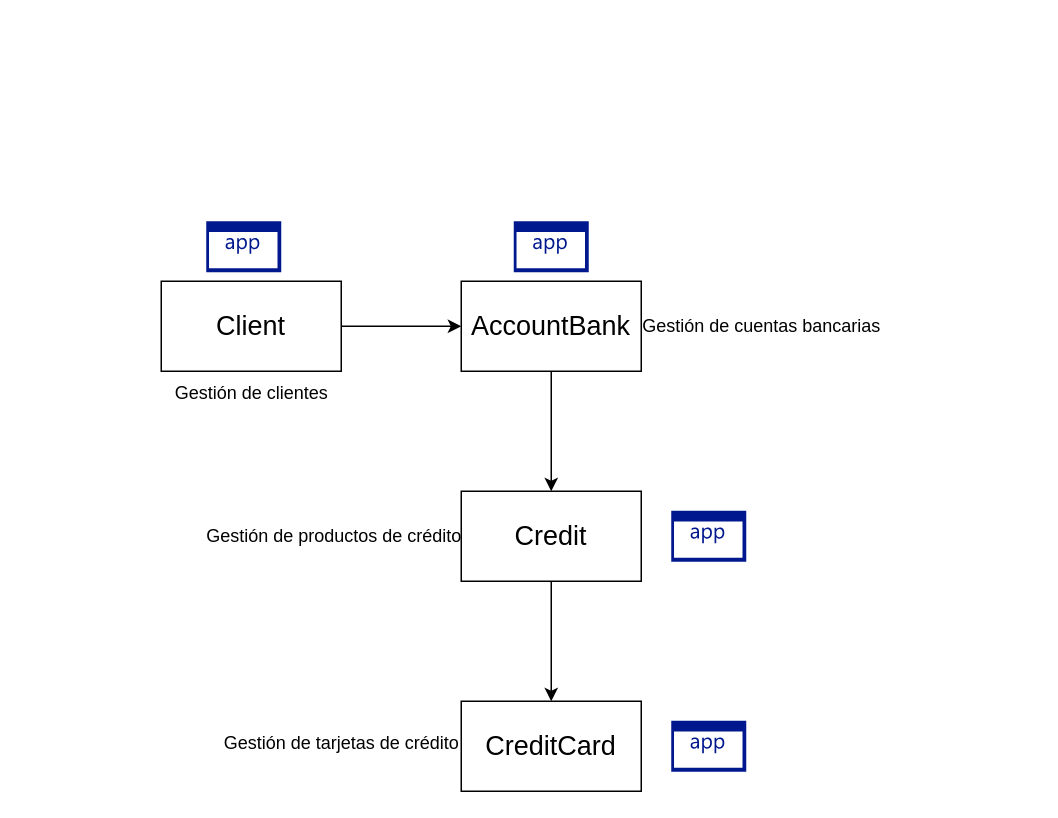
This is DiagramaDelDiseñoDeLaSolucion.drawio from WilliamMartinBV94/PROYECTO_SEMANA_2_BC43, a draw.io file, before an edit. Source tidied: cells renumbered, new cells numbered last; positions are measured from the earlier drawing's top-left corner, leaving out a move shared by most shapes. Both pictures are drawn from the tidied source at 150%, with x=0, y=0 at pixel (160, 220).
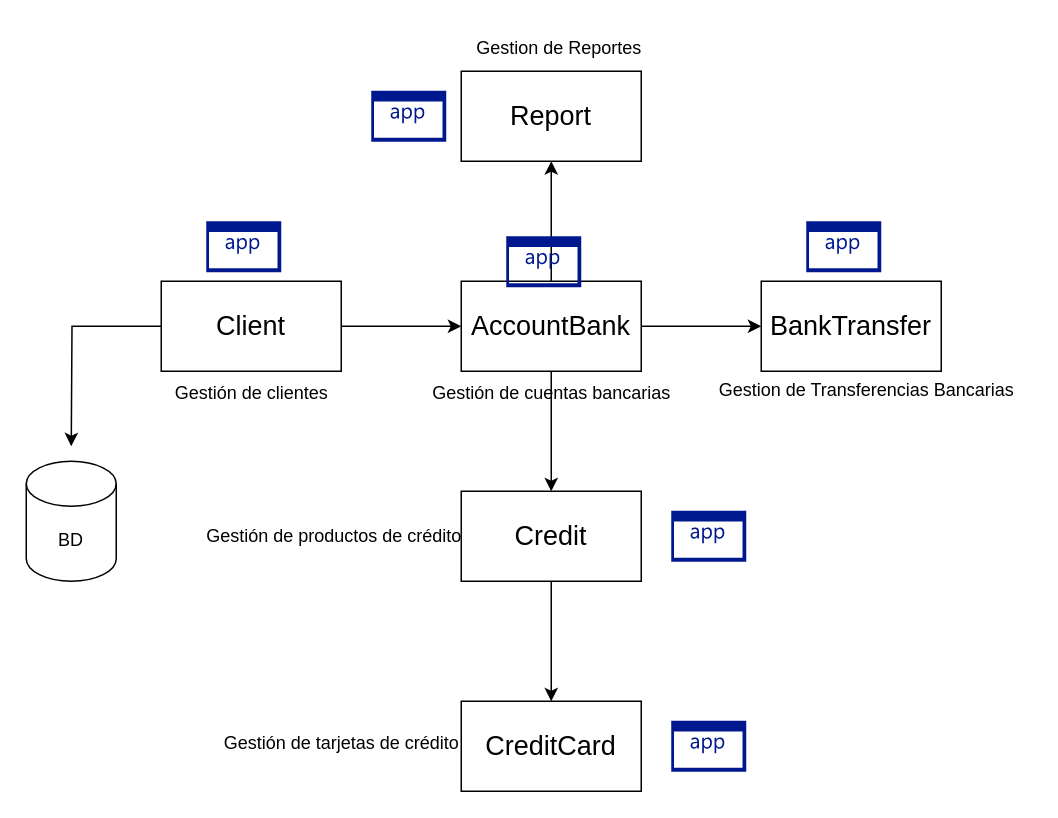
The same page after the edit.

The change refers to these unchanged cells:
```xml
<mxCell id="3" value="&lt;font style=&quot;font-size: 18px;&quot;&gt;Client&lt;/font&gt;" style="rounded=0;whiteSpace=wrap;html=1;" parent="1" vertex="1">
  <mxGeometry y="40" width="120" height="60" as="geometry" />
</mxCell>
<mxCell id="5" value="&lt;font style=&quot;font-size: 18px;&quot;&gt;AccountBank&lt;/font&gt;" style="whiteSpace=wrap;html=1;rounded=0;" parent="1" vertex="1">
  <mxGeometry x="200" y="40" width="120" height="60" as="geometry" />
</mxCell>
```

Change to the diagram source:
```diff
@@
+    <mxCell id="17" style="edgeStyle=orthogonalEdgeStyle;rounded=0;jettySize=auto;html=1;" parent="1" edge="1" source="3">
+      <mxGeometry relative="1" as="geometry">
+        <mxPoint x="-60" y="150" as="targetPoint" />
+      </mxGeometry>
+    </mxCell>
@@
+    <mxCell id="18" style="edgeStyle=orthogonalEdgeStyle;rounded=0;jettySize=auto;html=1;" parent="1" edge="1" source="5" target="20">
+      <mxGeometry relative="1" as="geometry" />
+    </mxCell>
@@
+    <mxCell id="19" style="edgeStyle=orthogonalEdgeStyle;rounded=0;jettySize=auto;html=1;" parent="1" edge="1" source="5" target="23">
+      <mxGeometry relative="1" as="geometry" />
+    </mxCell>
@@
-    <mxCell id="10" style="sketch=0;shadow=0;dashed=0;html=1;strokeColor=none;labelPosition=center;verticalLabelPosition=bottom;verticalAlign=top;align=center;fillColor=#00188D;shape=mxgraph.mscae.enterprise.application;" parent="1" vertex="1">
-      <mxGeometry x="235" width="50" height="34" as="geometry" />
-    </mxCell>
@@
-    <mxCell id="14" value="Gestión de cuentas bancarias" style="text;html=1;align=center;verticalAlign=middle;strokeColor=none;fillColor=none;" parent="1" vertex="1">
-      <mxGeometry x="310" y="55" width="180" height="30" as="geometry" />
-    </mxCell>
@@
+    <mxCell id="14" value="Gestión de cuentas bancarias" style="text;html=1;align=center;verticalAlign=middle;strokeColor=none;fillColor=none;" parent="1" vertex="1">
+      <mxGeometry x="170" y="100" width="180" height="30" as="geometry" />
+    </mxCell>
+    <mxCell id="20" value="&lt;font style=&quot;font-size: 18px;&quot;&gt;BankTransfer&lt;/font&gt;" style="whiteSpace=wrap;html=1;rounded=0;" parent="1" vertex="1">
+      <mxGeometry x="400" y="40" width="120" height="60" as="geometry" />
+    </mxCell>
+    <mxCell id="21" style="sketch=0;shadow=0;dashed=0;html=1;strokeColor=none;labelPosition=center;verticalLabelPosition=bottom;verticalAlign=top;align=center;fillColor=#00188D;shape=mxgraph.mscae.enterprise.application;" parent="1" vertex="1">
+      <mxGeometry x="430" width="50" height="34" as="geometry" />
+    </mxCell>
+    <mxCell id="22" value="Gestion de Transferencias Bancarias" style="text;html=1;align=center;verticalAlign=middle;strokeColor=none;fillColor=none;" parent="1" vertex="1">
+      <mxGeometry x="360" y="98" width="220" height="30" as="geometry" />
+    </mxCell>
+    <mxCell id="23" value="&lt;font style=&quot;font-size: 18px;&quot;&gt;Report&lt;/font&gt;" style="whiteSpace=wrap;html=1;rounded=0;" parent="1" vertex="1">
+      <mxGeometry x="200" y="-100" width="120" height="60" as="geometry" />
+    </mxCell>
+    <mxCell id="24" value="Gestion de Reportes" style="text;html=1;align=center;verticalAlign=middle;strokeColor=none;fillColor=none;" parent="1" vertex="1">
+      <mxGeometry x="200" y="-130" width="130" height="30" as="geometry" />
+    </mxCell>
+    <mxCell id="25" style="sketch=0;shadow=0;dashed=0;html=1;strokeColor=none;labelPosition=center;verticalLabelPosition=bottom;verticalAlign=top;align=center;fillColor=#00188D;shape=mxgraph.mscae.enterprise.application;" parent="1" vertex="1">
+      <mxGeometry x="140" y="-87" width="50" height="34" as="geometry" />
+    </mxCell>
+    <mxCell id="26" style="sketch=0;shadow=0;dashed=0;html=1;strokeColor=none;labelPosition=center;verticalLabelPosition=bottom;verticalAlign=top;align=center;fillColor=#00188D;shape=mxgraph.mscae.enterprise.application;" parent="1" vertex="1">
+      <mxGeometry x="230" y="10" width="50" height="34" as="geometry" />
+    </mxCell>
+    <mxCell id="27" value="BD" style="shape=cylinder3;whiteSpace=wrap;html=1;boundedLbl=1;backgroundOutline=1;size=15;" parent="1" vertex="1">
+      <mxGeometry x="-90" y="160" width="60" height="80" as="geometry" />
+    </mxCell>
```
